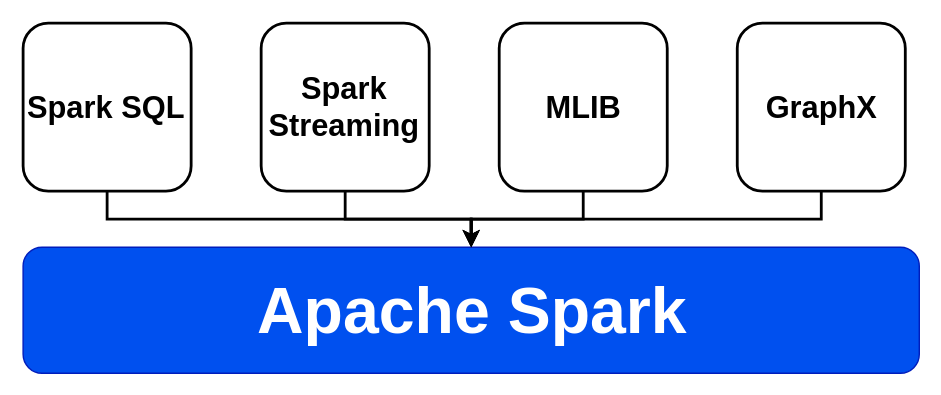
Earlier version of the draw.io export images/spark.svg (praneethpvs/apache-spark). Source tidied: cells renumbered, new cells last; positions are measured from the earlier drawing's top-left corner, leaving out a move shared by most shapes.
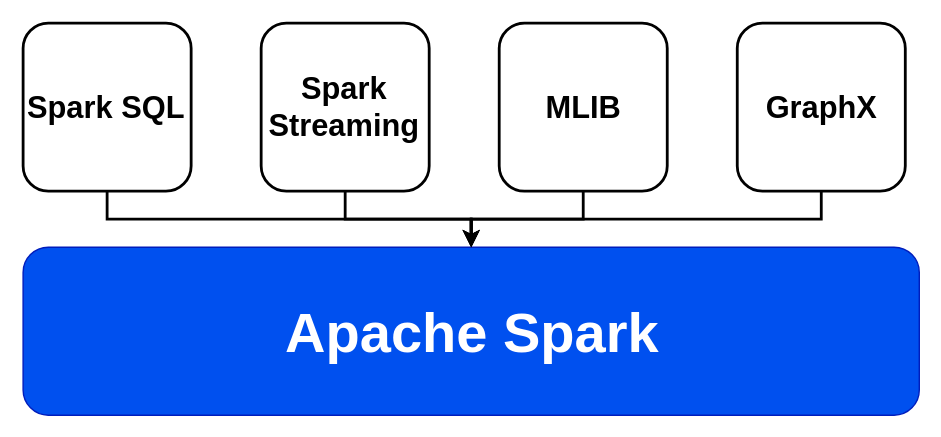
The same file after the commit.

Diff of the diagram source:
```diff
@@ -2,8 +2,8 @@
   <root>
     <mxCell id="0" />
     <mxCell id="1" parent="0" />
-    <mxCell id="2" value="Apache Spark" style="rounded=1;whiteSpace=wrap;html=1;fillColor=#0050ef;strokeColor=#001DBC;fontColor=#ffffff;fontStyle=1;fontSize=46;" parent="1" vertex="1">
-      <mxGeometry y="160" width="640" height="90" as="geometry" />
+    <mxCell id="2" style="rounded=1;whiteSpace=wrap;html=1;fillColor=#0050ef;strokeColor=#001DBC;fontColor=#ffffff;fontStyle=1;fontSize=40;" parent="1" vertex="1">
+      <mxGeometry y="160" width="640" height="120" as="geometry" />
     </mxCell>
     <mxCell id="3" style="edgeStyle=orthogonalEdgeStyle;rounded=0;jettySize=auto;html=1;fontSize=22;strokeWidth=2;" parent="1" edge="1" source="4" target="2">
       <mxGeometry relative="1" as="geometry" />
@@ -29,5 +29,8 @@
     <mxCell id="10" value="GraphX" style="rounded=1;whiteSpace=wrap;html=1;fontSize=22;strokeWidth=2;fontStyle=1;" parent="1" vertex="1">
       <mxGeometry x="510" width="120" height="120" as="geometry" />
     </mxCell>
+    <mxCell id="11" value="Apache Spark" style="text;html=1;strokeColor=none;fillColor=none;align=center;verticalAlign=middle;whiteSpace=wrap;rounded=0;fontSize=40;fontStyle=1;fontColor=#FFFFFF;" parent="1" vertex="1">
+      <mxGeometry x="175" y="190" width="290" height="60" as="geometry" />
+    </mxCell>
   </root>
 </mxGraphModel>
```
